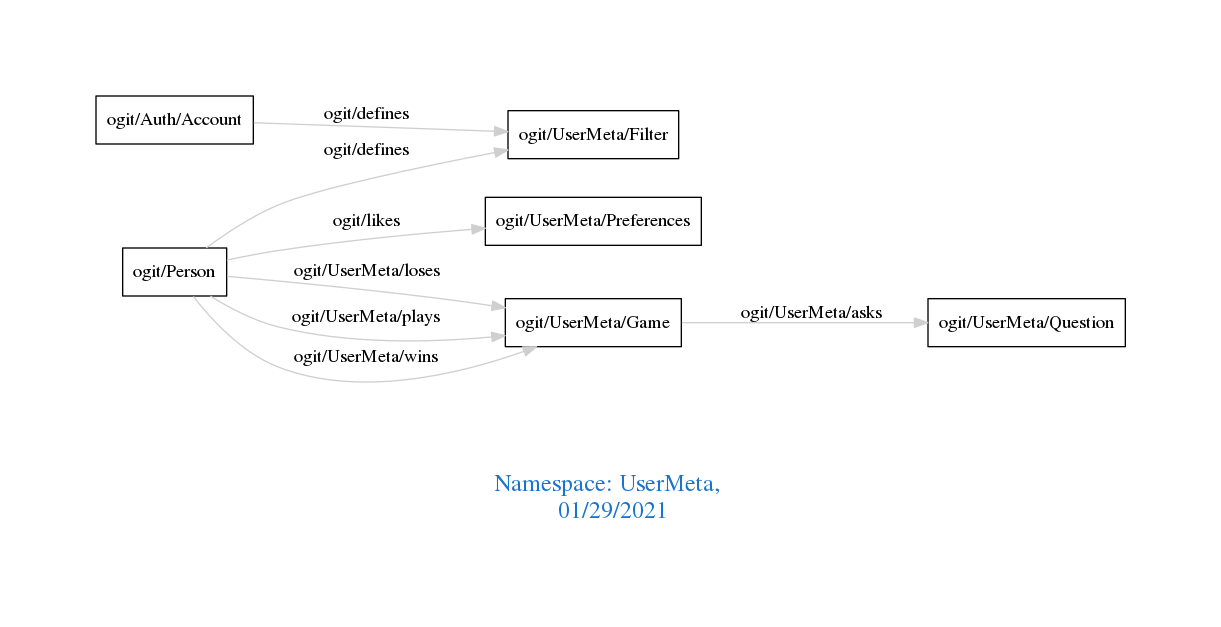
Before: downloads/UserMeta.png, a diagram exported from Graphviz (arago/OGIT). Its source is kept beside it as downloads/UserMeta.dot.
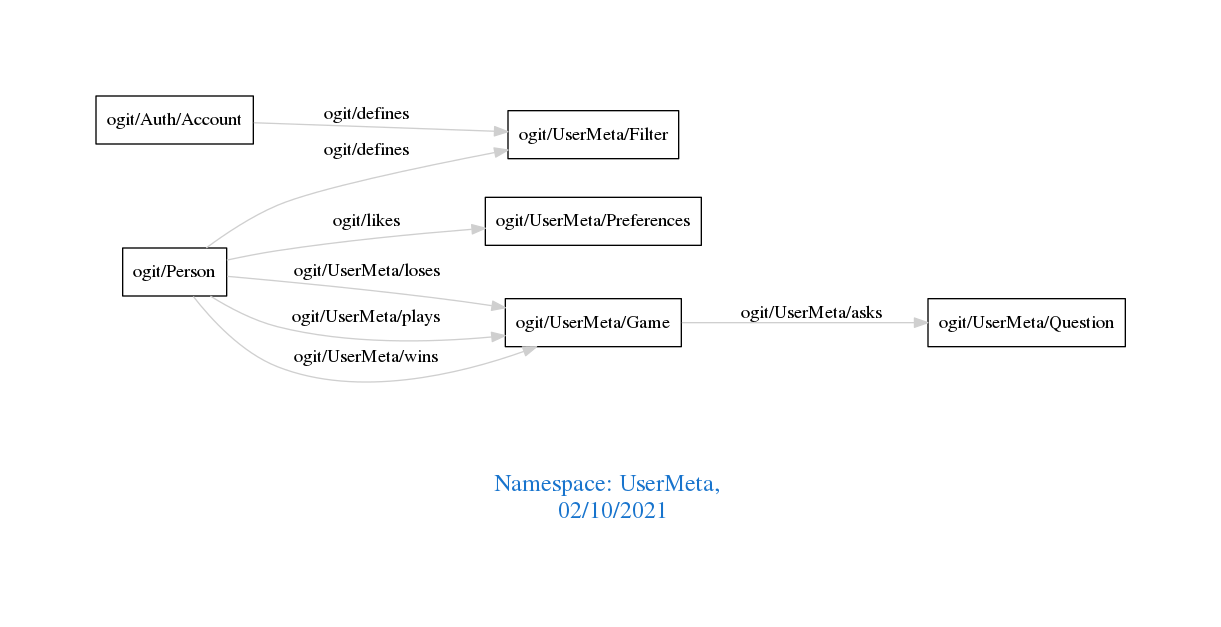
Above is the later version.

The edit, as a diff of the source:
```diff
@@ -1,7 +1,7 @@
 digraph OGIT_ontology {
  graph [ rankdir= LR,pad=1
 fontsize = 18,
-fontcolor= dodgerblue3,label = "\n\n\nNamespace: UserMeta, \n 01/29/2021"];
+fontcolor= dodgerblue3,label = "\n\n\nNamespace: UserMeta, \n 02/10/2021"];
 node[shape=polygon];
 edge [  color="gray81"];
 
```
